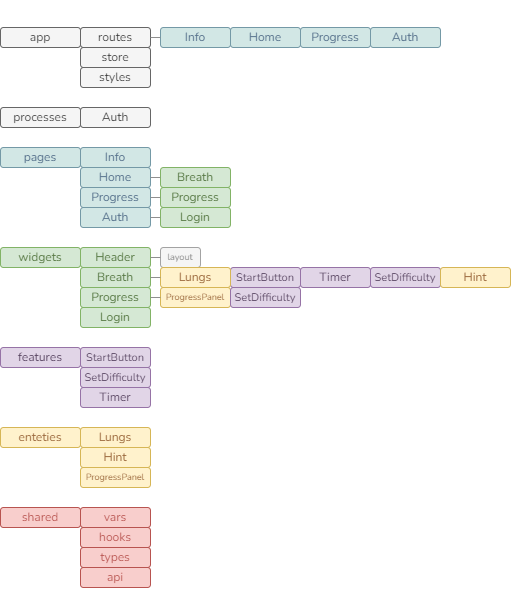
Above: public/breath-structure.drawio.png in AlexandrKataev/breath-react (draw.io), before the change. Source tidied: cells renumbered, new cells last; positions are measured from the earlier drawing's top-left corner, leaving out a move shared by most shapes.
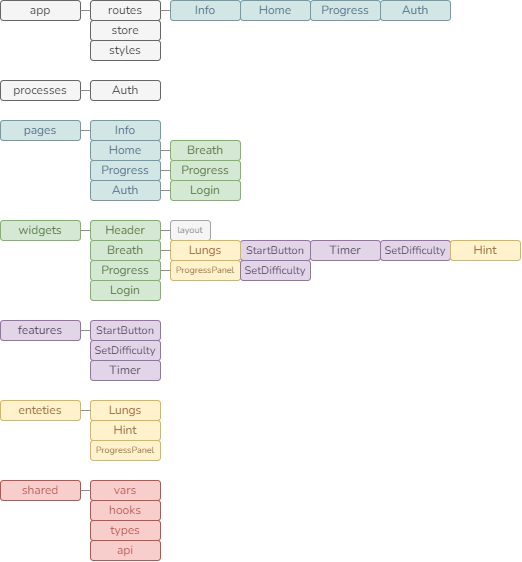
The same diagram one commit later.

The edit, as a diff of the source:
```diff
@@ -6,19 +6,19 @@
       <mxGeometry relative="1" as="geometry" />
     </mxCell>
     <mxCell id="3" value="app" style="rounded=1;whiteSpace=wrap;html=1;fontFamily=Nunito;fontSource=https%3A%2F%2Ffonts.googleapis.com%2Fcss%3Ffamily%3DNunito;fillColor=#f5f5f5;fontColor=#333333;strokeColor=#666666;" parent="1" vertex="1">
-      <mxGeometry width="80" height="20" as="geometry" />
+      <mxGeometry x="-10" width="80" height="20" as="geometry" />
     </mxCell>
     <mxCell id="4" value="pages" style="rounded=1;whiteSpace=wrap;html=1;fontFamily=Nunito;fontSource=https%3A%2F%2Ffonts.googleapis.com%2Fcss%3Ffamily%3DNunito;fillColor=#D2E7E5;strokeColor=#7499A6;fontColor=#57728C;" parent="1" vertex="1">
-      <mxGeometry y="120" width="80" height="20" as="geometry" />
+      <mxGeometry x="-10" y="120" width="80" height="20" as="geometry" />
     </mxCell>
     <mxCell id="5" value="features" style="rounded=1;whiteSpace=wrap;html=1;fillColor=#e1d5e7;strokeColor=#9673a6;fontFamily=Nunito;fontSource=https%3A%2F%2Ffonts.googleapis.com%2Fcss%3Ffamily%3DNunito;fontColor=#55415E;" parent="1" vertex="1">
-      <mxGeometry y="320" width="80" height="20" as="geometry" />
+      <mxGeometry x="-10" y="320" width="80" height="20" as="geometry" />
     </mxCell>
     <mxCell id="6" value="enteties" style="rounded=1;whiteSpace=wrap;html=1;fillColor=#fff2cc;strokeColor=#d6b656;fontFamily=Nunito;fontSource=https%3A%2F%2Ffonts.googleapis.com%2Fcss%3Ffamily%3DNunito;fontColor=#9C6A3E;" parent="1" vertex="1">
-      <mxGeometry y="400" width="80" height="20" as="geometry" />
+      <mxGeometry x="-10" y="400" width="80" height="20" as="geometry" />
     </mxCell>
     <mxCell id="7" value="shared" style="rounded=1;whiteSpace=wrap;html=1;fontFamily=Nunito;fontSource=https%3A%2F%2Ffonts.googleapis.com%2Fcss%3Ffamily%3DNunito;fillColor=#f8cecc;strokeColor=#b85450;fontColor=#B85450;" parent="1" vertex="1">
-      <mxGeometry y="480" width="80" height="20" as="geometry" />
+      <mxGeometry x="-10" y="480" width="80" height="20" as="geometry" />
     </mxCell>
     <mxCell id="8" value="store" style="rounded=1;whiteSpace=wrap;html=1;fontFamily=Nunito;fontSource=https%3A%2F%2Ffonts.googleapis.com%2Fcss%3Ffamily%3DNunito;fillColor=#f5f5f5;fontColor=#333333;strokeColor=#666666;" parent="1" vertex="1">
       <mxGeometry x="80" y="20" width="70" height="20" as="geometry" />
@@ -66,13 +66,13 @@
       <mxGeometry x="80" y="520" width="70" height="20" as="geometry" />
     </mxCell>
     <mxCell id="23" value="widgets" style="rounded=1;whiteSpace=wrap;html=1;fillColor=#d5e8d4;strokeColor=#82b366;fontFamily=Nunito;fontSource=https%3A%2F%2Ffonts.googleapis.com%2Fcss%3Ffamily%3DNunito;fontColor=#597A46;" parent="1" vertex="1">
-      <mxGeometry y="220" width="80" height="20" as="geometry" />
+      <mxGeometry x="-10" y="220" width="80" height="20" as="geometry" />
     </mxCell>
     <mxCell id="24" value="Header" style="rounded=1;whiteSpace=wrap;html=1;fillColor=#d5e8d4;strokeColor=#82b366;fontFamily=Nunito;fontSource=https%3A%2F%2Ffonts.googleapis.com%2Fcss%3Ffamily%3DNunito;fontColor=#597A46;" parent="1" vertex="1">
       <mxGeometry x="80" y="220" width="70" height="20" as="geometry" />
     </mxCell>
     <mxCell id="25" value="processes" style="rounded=1;whiteSpace=wrap;html=1;fontFamily=Nunito;fontSource=https%3A%2F%2Ffonts.googleapis.com%2Fcss%3Ffamily%3DNunito;fillColor=#f5f5f5;fontColor=#333333;strokeColor=#666666;" parent="1" vertex="1">
-      <mxGeometry y="80" width="80" height="20" as="geometry" />
+      <mxGeometry x="-10" y="80" width="80" height="20" as="geometry" />
     </mxCell>
     <mxCell id="26" value="Auth" style="rounded=1;whiteSpace=wrap;html=1;fontFamily=Nunito;fontSource=https%3A%2F%2Ffonts.googleapis.com%2Fcss%3Ffamily%3DNunito;fillColor=#D2E7E5;strokeColor=#7499A6;fontColor=#57728C;" parent="1" vertex="1">
       <mxGeometry x="80" y="180" width="70" height="20" as="geometry" />
@@ -158,5 +158,26 @@
     <mxCell id="53" style="line;strokeWidth=1;strokeColor=#8F8F8F;fontSize=1;html=1;" parent="1" vertex="1">
       <mxGeometry x="150" y="5" width="10" height="10" as="geometry" />
     </mxCell>
+    <mxCell id="54" style="line;strokeWidth=1;strokeColor=#8F8F8F;fontSize=1;html=1;" parent="1" vertex="1">
+      <mxGeometry x="70" y="5" width="10" height="10" as="geometry" />
+    </mxCell>
+    <mxCell id="55" style="line;strokeWidth=1;strokeColor=#8F8F8F;fontSize=1;html=1;" parent="1" vertex="1">
+      <mxGeometry x="70" y="85" width="10" height="10" as="geometry" />
+    </mxCell>
+    <mxCell id="56" style="line;strokeWidth=1;strokeColor=#8F8F8F;fontSize=1;html=1;" parent="1" vertex="1">
+      <mxGeometry x="70" y="125" width="10" height="10" as="geometry" />
+    </mxCell>
+    <mxCell id="57" style="line;strokeWidth=1;strokeColor=#8F8F8F;fontSize=1;html=1;" parent="1" vertex="1">
+      <mxGeometry x="70" y="225" width="10" height="10" as="geometry" />
+    </mxCell>
+    <mxCell id="58" style="line;strokeWidth=1;strokeColor=#8F8F8F;fontSize=1;html=1;" parent="1" vertex="1">
+      <mxGeometry x="70" y="325" width="10" height="10" as="geometry" />
+    </mxCell>
+    <mxCell id="59" style="line;strokeWidth=1;strokeColor=#8F8F8F;fontSize=1;html=1;" parent="1" vertex="1">
+      <mxGeometry x="70" y="485" width="10" height="10" as="geometry" />
+    </mxCell>
+    <mxCell id="60" style="line;strokeWidth=1;strokeColor=#8F8F8F;fontSize=1;html=1;" parent="1" vertex="1">
+      <mxGeometry x="70" y="405" width="10" height="10" as="geometry" />
+    </mxCell>
   </root>
 </mxGraphModel>
```
